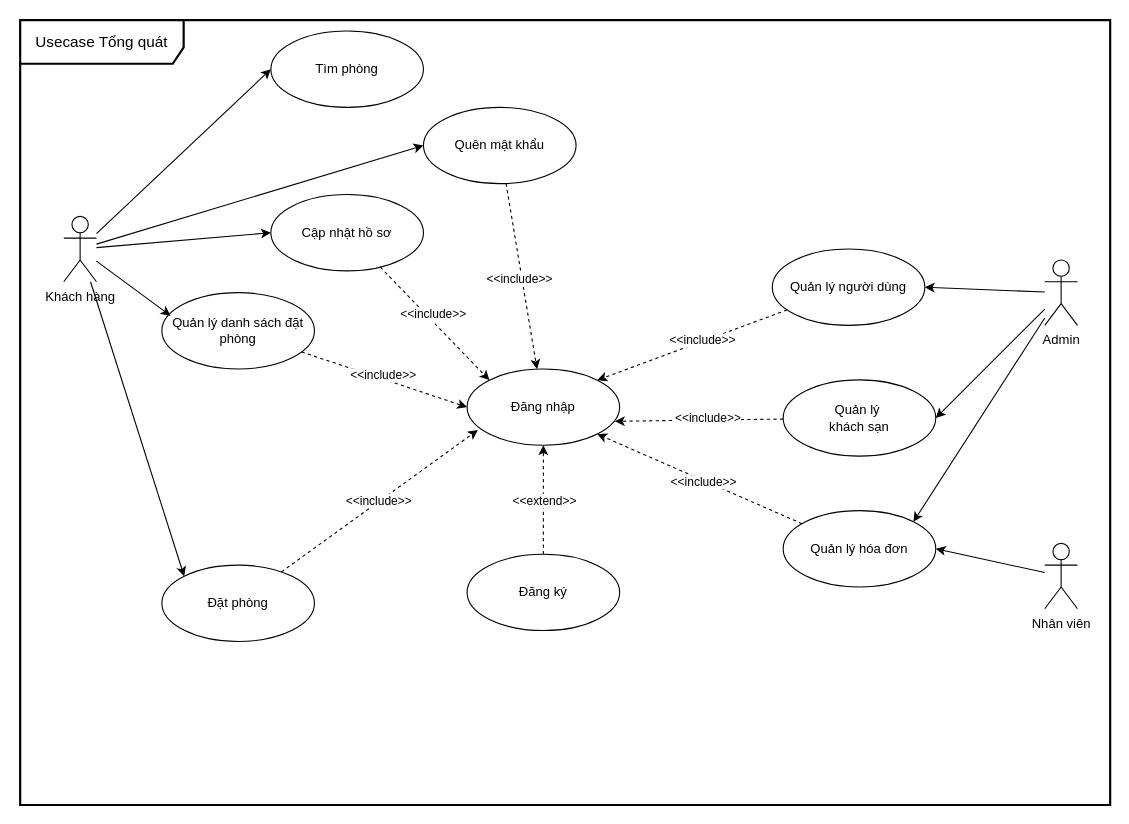
Above: page "UCTQ" (1 of 7) of usecase-diagrams.drawio in KMA-TTCS-Nhom32/documents (draw.io), before the change. Source tidied: cells renumbered, new cells numbered last; positions are measured from the earlier drawing's top-left corner, leaving out a move shared by most shapes. Both pictures are drawn from the tidied source at 109%, with x=0, y=0 at pixel (20, 20).
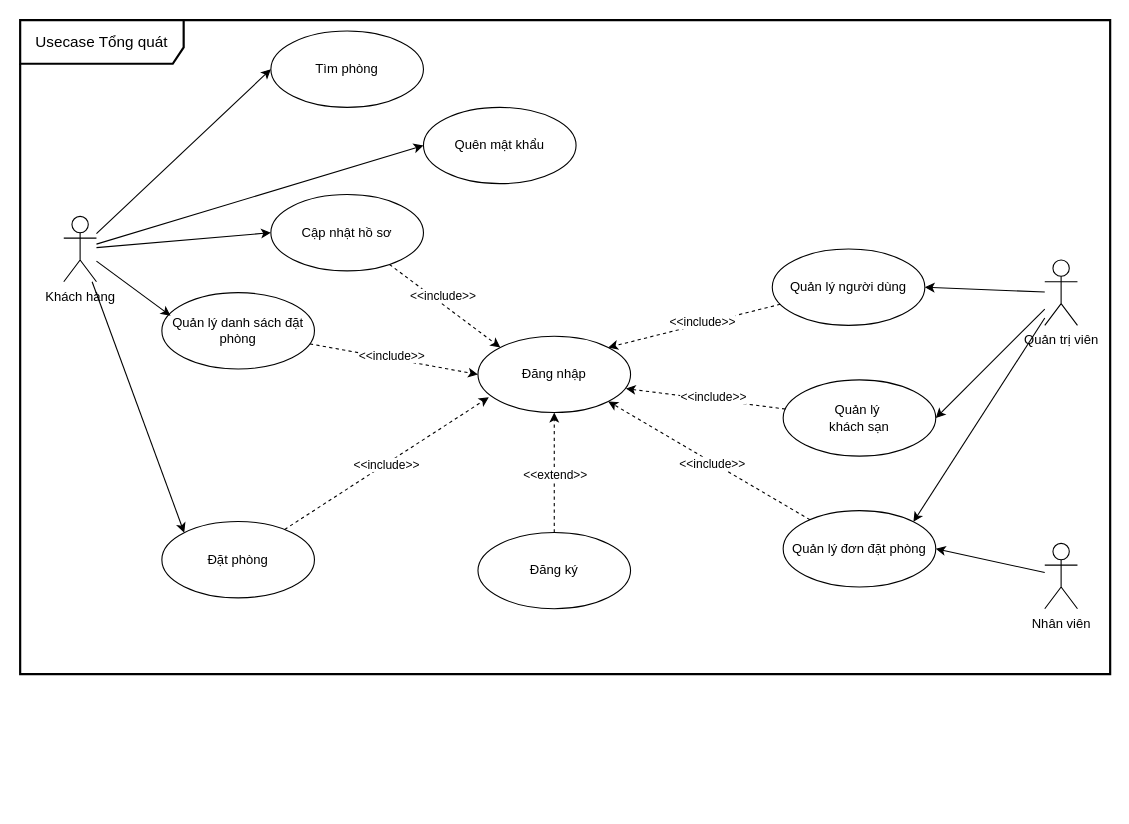
The same diagram, later.

Unchanged cells that the change refers to:
```xml
<mxCell id="34" value="Quên mật khẩu" style="ellipse;whiteSpace=wrap;html=1;" parent="1" vertex="1">
  <mxGeometry x="370" y="80" width="140" height="70" as="geometry" />
</mxCell>
```

What changed in the source:
```diff
@@
     <mxCell id="7" value="Đặt phòng" style="ellipse;whiteSpace=wrap;html=1;" parent="1" vertex="1">
-      <mxGeometry x="130" y="500" width="140" height="70" as="geometry" />
+      <mxGeometry x="130" y="460" width="140" height="70" as="geometry" />
     </mxCell>
     <mxCell id="8" value="Đăng nhập" style="ellipse;whiteSpace=wrap;html=1;" parent="1" vertex="1">
-      <mxGeometry x="410" y="320" width="140" height="70" as="geometry" />
+      <mxGeometry x="420" y="290" width="140" height="70" as="geometry" />
     </mxCell>
@@
     <mxCell id="11" value="Đăng ký" style="ellipse;whiteSpace=wrap;html=1;" parent="1" vertex="1">
-      <mxGeometry x="410" y="490" width="140" height="70" as="geometry" />
+      <mxGeometry x="420" y="470" width="140" height="70" as="geometry" />
     </mxCell>
@@
-    <mxCell id="17" value="Admin" style="shape=umlActor;verticalLabelPosition=bottom;verticalAlign=top;html=1;" parent="1" vertex="1">
+    <mxCell id="17" value="Quản trị viên" style="shape=umlActor;verticalLabelPosition=bottom;verticalAlign=top;html=1;" parent="1" vertex="1">
       <mxGeometry x="940" y="220" width="30" height="60" as="geometry" />
     </mxCell>
@@
-    <mxCell id="24" value="Quản lý hóa đơn" style="ellipse;whiteSpace=wrap;html=1;" parent="1" vertex="1">
+    <mxCell id="24" value="Quản lý đơn đặt phòng" style="ellipse;whiteSpace=wrap;html=1;" parent="1" vertex="1">
       <mxGeometry x="700" y="450" width="140" height="70" as="geometry" />
     </mxCell>
@@
     <mxCell id="27" value="&lt;font style=&quot;font-size: 14px;&quot;&gt;Usecase Tổng quát&lt;/font&gt;" style="shape=umlFrame;whiteSpace=wrap;html=1;width=150;height=40;strokeWidth=2;" parent="1" vertex="1">
-      <mxGeometry width="1000" height="720" as="geometry" />
+      <mxGeometry width="1000" height="600" as="geometry" />
     </mxCell>
@@
-    <mxCell id="32" style="rounded=0;jettySize=auto;html=1;dashed=1;" parent="1" edge="1" source="34" target="8">
-      <mxGeometry relative="1" as="geometry" />
-    </mxCell>
-    <mxCell id="33" value="&amp;lt;&amp;lt;include&amp;gt;&amp;gt;" style="edgeLabel;html=1;align=center;verticalAlign=middle;" parent="32" vertex="1">
-      <mxGeometry x="0.02" y="-2" relative="1" as="geometry">
-        <mxPoint x="-1" as="offset" />
-      </mxGeometry>
-    </mxCell>
```
